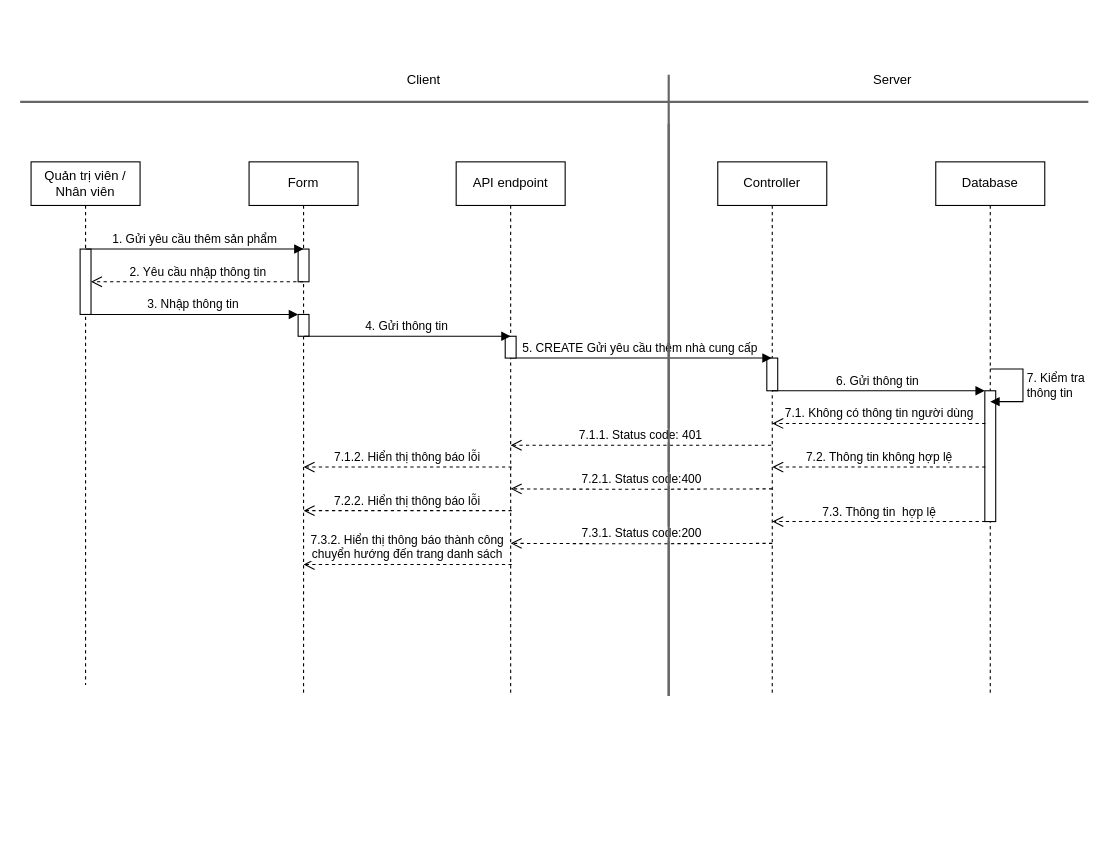
Before: page "Page-1" (1 of 2) of SD/SD_XUATNHAPHANG.drawio in hieuNV0871/da, a draw.io diagram. Source tidied: cells renumbered, new cells numbered last; positions are measured from the earlier drawing's top-left corner, leaving out a move shared by most shapes. Both pictures are drawn from the tidied source at 109%, with x=0, y=0 at pixel (20, 63).
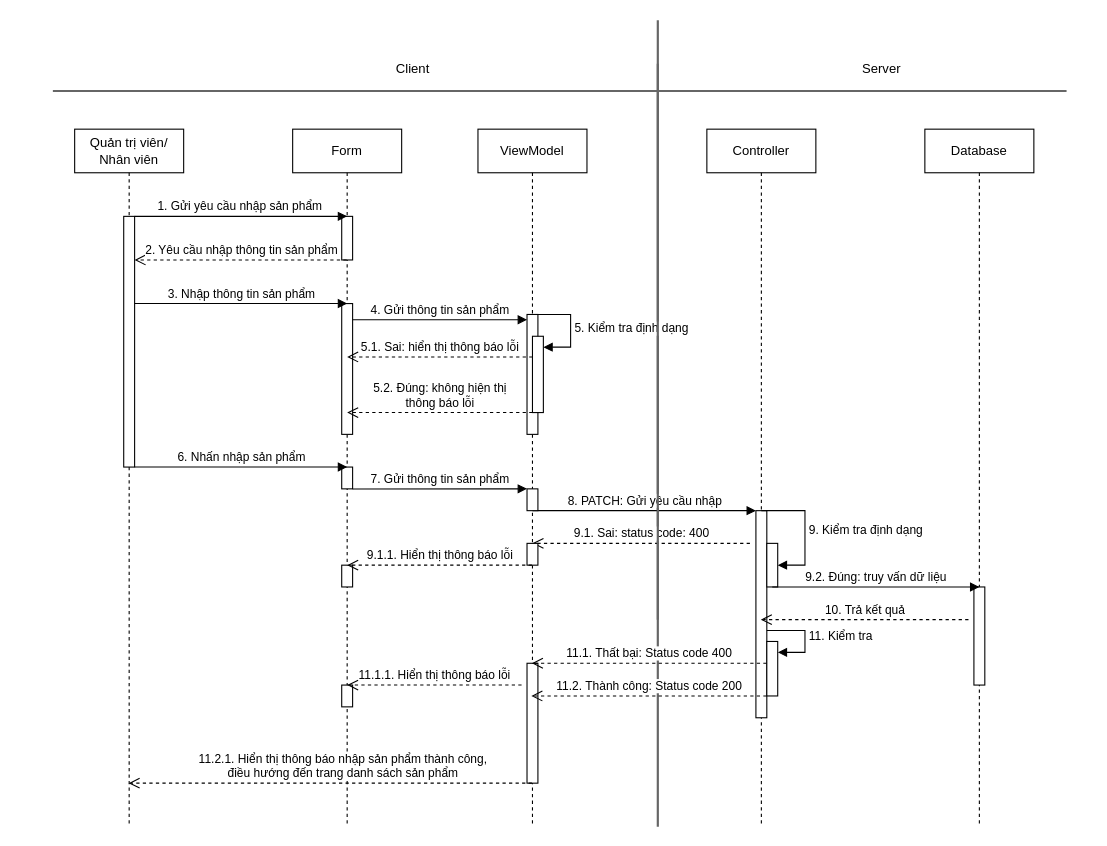
The same diagram, later.

Diff of the diagram source:
```diff
@@
-    <mxCell id="2" value="Quản trị viên / Nhân viên" style="shape=umlLifeline;perimeter=lifelinePerimeter;whiteSpace=wrap;html=1;newEdgeStyle={&quot;curved&quot;:0,&quot;rounded&quot;:0};" parent="1" vertex="1">
-      <mxGeometry x="10" y="90" width="100" height="480" as="geometry" />
-    </mxCell>
-    <mxCell id="3" style="html=1;points=[[0,0,0,0,5],[0,1,0,0,-5],[1,0,0,0,5],[1,1,0,0,-5]];perimeter=orthogonalPerimeter;outlineConnect=0;targetShapes=umlLifeline;portConstraint=eastwest;newEdgeStyle={&quot;curved&quot;:0,&quot;rounded&quot;:0};" parent="2" vertex="1">
-      <mxGeometry x="45" y="80" width="10" height="60" as="geometry" />
-    </mxCell>
+    <mxCell id="34" style="line;strokeWidth=2;direction=south;html=1;fillColor=#f5f5f5;fontColor=#333333;strokeColor=#666666;" parent="1" vertex="1">
+      <mxGeometry x="580" y="-40" width="10" height="550" as="geometry" />
+    </mxCell>
+    <mxCell id="35" value="Quản trị viên/ Nhân viên" style="shape=umlLifeline;perimeter=lifelinePerimeter;whiteSpace=wrap;html=1;outlineConnect=0;portConstraint=eastwest;newEdgeStyle={&quot;curved&quot;:0,&quot;rounded&quot;:0};" parent="1" vertex="1">
+      <mxGeometry x="50" y="60" width="100" height="640" as="geometry" />
+    </mxCell>
+    <mxCell id="36" style="html=1;points=[[0,0,0,0,5],[0,1,0,0,-5],[1,0,0,0,5],[1,1,0,0,-5]];perimeter=orthogonalPerimeter;outlineConnect=0;targetShapes=umlLifeline;portConstraint=eastwest;newEdgeStyle={&quot;curved&quot;:0,&quot;rounded&quot;:0};" parent="35" vertex="1">
+      <mxGeometry x="45" y="80" width="10" height="230" as="geometry" />
+    </mxCell>
     <mxCell id="4" value="Form" style="shape=umlLifeline;perimeter=lifelinePerimeter;whiteSpace=wrap;html=1;outlineConnect=0;portConstraint=eastwest;newEdgeStyle={&quot;curved&quot;:0,&quot;rounded&quot;:0};" parent="1" vertex="1">
-      <mxGeometry x="210" y="90" width="100" height="490" as="geometry" />
+      <mxGeometry x="250" y="60" width="100" height="640" as="geometry" />
     </mxCell>
-    <mxCell id="5" style="html=1;perimeter=orthogonalPerimeter;targetShapes=umlLifeline;newEdgeStyle={&quot;curved&quot;:0,&quot;rounded&quot;:0};" parent="4" vertex="1">
-      <mxGeometry x="45" y="80" width="10" height="30" as="geometry" />
-    </mxCell>
-    <mxCell id="6" style="html=1;points=[[0,0,0,0,5],[0,1,0,0,-5],[1,0,0,0,5],[1,1,0,0,-5]];perimeter=orthogonalPerimeter;outlineConnect=0;targetShapes=umlLifeline;portConstraint=eastwest;newEdgeStyle={&quot;curved&quot;:0,&quot;rounded&quot;:0};" parent="4" vertex="1">
-      <mxGeometry x="45" y="140" width="10" height="20" as="geometry" />
-    </mxCell>
+    <mxCell id="37" style="html=1;perimeter=orthogonalPerimeter;targetShapes=umlLifeline;newEdgeStyle={&quot;curved&quot;:0,&quot;rounded&quot;:0};" parent="4" vertex="1">
+      <mxGeometry x="45" y="80" width="10" height="40" as="geometry" />
+    </mxCell>
+    <mxCell id="38" style="html=1;points=[[0,0,0,0,5],[0,1,0,0,-5],[1,0,0,0,5],[1,1,0,0,-5]];perimeter=orthogonalPerimeter;outlineConnect=0;targetShapes=umlLifeline;portConstraint=eastwest;newEdgeStyle={&quot;curved&quot;:0,&quot;rounded&quot;:0};" parent="4" vertex="1">
+      <mxGeometry x="45" y="160" width="10" height="120" as="geometry" />
+    </mxCell>
+    <mxCell id="39" style="html=1;perimeter=orthogonalPerimeter;targetShapes=umlLifeline;newEdgeStyle={&quot;curved&quot;:0,&quot;rounded&quot;:0};" parent="4" vertex="1">
+      <mxGeometry x="45" y="310" width="10" height="20" as="geometry" />
+    </mxCell>
+    <mxCell id="40" style="html=1;perimeter=orthogonalPerimeter;targetShapes=umlLifeline;newEdgeStyle={&quot;curved&quot;:0,&quot;rounded&quot;:0};" parent="4" vertex="1">
+      <mxGeometry x="45" y="400" width="10" height="20" as="geometry" />
+    </mxCell>
+    <mxCell id="41" style="html=1;perimeter=orthogonalPerimeter;targetShapes=umlLifeline;newEdgeStyle={&quot;curved&quot;:0,&quot;rounded&quot;:0};" parent="4" vertex="1">
+      <mxGeometry x="45" y="510" width="10" height="20" as="geometry" />
+    </mxCell>
     <mxCell id="7" value="Controller" style="shape=umlLifeline;perimeter=lifelinePerimeter;whiteSpace=wrap;html=1;outlineConnect=0;portConstraint=eastwest;newEdgeStyle={&quot;curved&quot;:0,&quot;rounded&quot;:0};" parent="1" vertex="1">
-      <mxGeometry x="640" y="90" width="100" height="490" as="geometry" />
+      <mxGeometry x="630" y="60" width="100" height="640" as="geometry" />
     </mxCell>
-    <mxCell id="8" style="html=1;perimeter=orthogonalPerimeter;targetShapes=umlLifeline;newEdgeStyle={&quot;curved&quot;:0,&quot;rounded&quot;:0};" parent="7" vertex="1">
-      <mxGeometry x="45" y="180" width="10" height="30" as="geometry" />
-    </mxCell>
-    <mxCell id="9" value="2. Yêu cầu nhập thông tin" style="html=1;verticalAlign=bottom;endArrow=open;dashed=1;endSize=8;curved=0;rounded=0;" parent="1" edge="1">
-      <mxGeometry relative="1" as="geometry">
-        <mxPoint x="259.5" y="200" as="sourcePoint" />
-        <mxPoint x="65" y="200" as="targetPoint" />
-        <Array as="points">
-          <mxPoint x="160" y="200" />
-        </Array>
-      </mxGeometry>
-    </mxCell>
-    <mxCell id="10" value="3. Nhập thông tin&amp;nbsp;" style="html=1;verticalAlign=bottom;endArrow=block;curved=0;rounded=0;" parent="1" edge="1" source="3" target="6">
-      <mxGeometry relative="1" as="geometry" />
-    </mxCell>
-    <mxCell id="11" value="1. Gửi yêu cầu thêm sản phẩm" style="html=1;verticalAlign=bottom;endArrow=block;curved=0;rounded=0;" parent="1" edge="1">
-      <mxGeometry relative="1" as="geometry">
-        <mxPoint x="60" y="170" as="sourcePoint" />
-        <mxPoint x="260" y="170" as="targetPoint" />
-      </mxGeometry>
-    </mxCell>
-    <mxCell id="12" value="5. CREATE Gửi yêu cầu thêm nhà cung cấp&amp;nbsp;" style="html=1;verticalAlign=bottom;endArrow=block;curved=0;rounded=0;" parent="1" edge="1" target="7">
-      <mxGeometry relative="1" as="geometry">
-        <mxPoint x="450" y="270" as="sourcePoint" />
-      </mxGeometry>
-    </mxCell>
+    <mxCell id="42" style="html=1;points=[[0,0,0,0,5],[0,1,0,0,-5],[1,0,0,0,5],[1,1,0,0,-5]];perimeter=orthogonalPerimeter;outlineConnect=0;targetShapes=umlLifeline;portConstraint=eastwest;newEdgeStyle={&quot;curved&quot;:0,&quot;rounded&quot;:0};" parent="7" vertex="1">
+      <mxGeometry x="45" y="350" width="10" height="190" as="geometry" />
+    </mxCell>
+    <mxCell id="43" value="9. Kiểm tra định dạng" style="html=1;align=left;spacingLeft=2;endArrow=block;rounded=0;edgeStyle=orthogonalEdgeStyle;curved=0;rounded=0;exitX=0.5;exitY=0;exitDx=0;exitDy=0;exitPerimeter=0;" parent="7" edge="1" source="42" target="44">
+      <mxGeometry relative="1" as="geometry">
+        <Array as="points">
+          <mxPoint x="90" y="350" />
+          <mxPoint x="90" y="400" />
+        </Array>
+      </mxGeometry>
+    </mxCell>
+    <mxCell id="44" style="html=1;points=[[0,0,0,0,5],[0,1,0,0,-5],[1,0,0,0,5],[1,1,0,0,-5]];perimeter=orthogonalPerimeter;outlineConnect=0;targetShapes=umlLifeline;portConstraint=eastwest;newEdgeStyle={&quot;curved&quot;:0,&quot;rounded&quot;:0};" parent="7" vertex="1">
+      <mxGeometry x="55" y="380" width="10" height="40" as="geometry" />
+    </mxCell>
+    <mxCell id="45" style="html=1;points=[[0,0,0,0,5],[0,1,0,0,-5],[1,0,0,0,5],[1,1,0,0,-5]];perimeter=orthogonalPerimeter;outlineConnect=0;targetShapes=umlLifeline;portConstraint=eastwest;newEdgeStyle={&quot;curved&quot;:0,&quot;rounded&quot;:0};" parent="7" vertex="1">
+      <mxGeometry x="55" y="470" width="10" height="50" as="geometry" />
+    </mxCell>
+    <mxCell id="46" value="11. Kiểm tra" style="html=1;align=left;spacingLeft=2;endArrow=block;rounded=0;edgeStyle=orthogonalEdgeStyle;curved=0;rounded=0;" parent="7" edge="1" target="45">
+      <mxGeometry relative="1" as="geometry">
+        <mxPoint x="55" y="460" as="sourcePoint" />
+        <Array as="points">
+          <mxPoint x="90" y="460" />
+          <mxPoint x="90" y="480" />
+        </Array>
+      </mxGeometry>
+    </mxCell>
+    <mxCell id="47" value="2. Yêu cầu nhập thông tin sản phẩm" style="html=1;verticalAlign=bottom;endArrow=open;dashed=1;endSize=8;curved=0;rounded=0;" parent="1" edge="1" source="4" target="36">
+      <mxGeometry relative="1" as="geometry">
+        <Array as="points">
+          <mxPoint x="180" y="180" />
+        </Array>
+      </mxGeometry>
+    </mxCell>
+    <mxCell id="48" value="3. Nhập thông tin sản phẩm" style="html=1;verticalAlign=bottom;endArrow=block;curved=0;rounded=0;" parent="1" edge="1" source="36">
+      <mxGeometry relative="1" as="geometry">
+        <mxPoint x="300" y="220" as="targetPoint" />
+      </mxGeometry>
+    </mxCell>
+    <mxCell id="49" value="1. Gửi yêu cầu nhập sản phẩm&amp;nbsp;" style="html=1;verticalAlign=bottom;endArrow=block;curved=0;rounded=0;" parent="1" edge="1">
+      <mxGeometry relative="1" as="geometry">
+        <mxPoint x="105" y="140" as="sourcePoint" />
+        <mxPoint x="300" y="140" as="targetPoint" />
+      </mxGeometry>
+    </mxCell>
+    <mxCell id="50" value="8. PATCH: Gửi yêu cầu nhập" style="html=1;verticalAlign=bottom;endArrow=block;curved=0;rounded=0;" parent="1" edge="1">
+      <mxGeometry relative="1" as="geometry">
+        <mxPoint x="470" y="410" as="sourcePoint" />
+        <mxPoint x="675" y="410" as="targetPoint" />
+      </mxGeometry>
+    </mxCell>
+    <mxCell id="51" value="9.1. Sai: status code: 400" style="html=1;verticalAlign=bottom;endArrow=open;dashed=1;endSize=8;curved=0;rounded=0;" parent="1" edge="1">
+      <mxGeometry relative="1" as="geometry">
+        <mxPoint x="669.5" y="440" as="sourcePoint" />
+        <mxPoint x="470" y="440" as="targetPoint" />
+        <Array as="points">
+          <mxPoint x="545" y="440" />
+        </Array>
+      </mxGeometry>
+    </mxCell>
     <mxCell id="13" value="Database" style="shape=umlLifeline;perimeter=lifelinePerimeter;whiteSpace=wrap;html=1;newEdgeStyle={&quot;curved&quot;:0,&quot;rounded&quot;:0};" parent="1" vertex="1">
-      <mxGeometry x="840" y="90" width="100" height="490" as="geometry" />
+      <mxGeometry x="830" y="60" width="100" height="640" as="geometry" />
     </mxCell>
-    <mxCell id="14" style="html=1;points=[[0,0,0,0,5],[0,1,0,0,-5],[1,0,0,0,5],[1,1,0,0,-5]];perimeter=orthogonalPerimeter;outlineConnect=0;targetShapes=umlLifeline;portConstraint=eastwest;newEdgeStyle={&quot;curved&quot;:0,&quot;rounded&quot;:0};" parent="13" vertex="1">
-      <mxGeometry x="45" y="210" width="10" height="120" as="geometry" />
-    </mxCell>
-    <mxCell id="15" style="line;strokeWidth=2;html=1;fillColor=#f5f5f5;fontColor=#333333;strokeColor=#666666;" parent="1" vertex="1">
-      <mxGeometry y="30" width="980" height="10" as="geometry" />
-    </mxCell>
+    <mxCell id="52" style="html=1;perimeter=orthogonalPerimeter;targetShapes=umlLifeline;newEdgeStyle={&quot;curved&quot;:0,&quot;rounded&quot;:0};" parent="13" vertex="1">
+      <mxGeometry x="45" y="420" width="10" height="90" as="geometry" />
+    </mxCell>
+    <mxCell id="53" style="line;strokeWidth=2;html=1;fillColor=#f5f5f5;fontColor=#333333;strokeColor=#666666;" parent="1" vertex="1">
+      <mxGeometry x="30" y="20" width="930" height="10" as="geometry" />
+    </mxCell>
     <mxCell id="16" value="Server" style="text;html=1;align=center;verticalAlign=middle;strokeColor=none;fillColor=none;" parent="1" vertex="1">
-      <mxGeometry x="770" width="60" height="30" as="geometry" />
+      <mxGeometry x="760" y="-10" width="60" height="30" as="geometry" />
     </mxCell>
     <mxCell id="17" value="Client" style="text;html=1;align=center;verticalAlign=middle;strokeColor=none;fillColor=none;" parent="1" vertex="1">
-      <mxGeometry x="345" width="50" height="30" as="geometry" />
+      <mxGeometry x="335" y="-10" width="50" height="30" as="geometry" />
     </mxCell>
-    <mxCell id="18" style="line;strokeWidth=2;direction=south;html=1;fillColor=#f5f5f5;fontColor=#333333;strokeColor=#666666;" parent="1" vertex="1">
-      <mxGeometry x="590" y="10" width="10" height="570" as="geometry" />
-    </mxCell>
-    <mxCell id="19" value="API endpoint" style="shape=umlLifeline;perimeter=lifelinePerimeter;whiteSpace=wrap;html=1;newEdgeStyle={&quot;curved&quot;:0,&quot;rounded&quot;:0};" parent="1" vertex="1">
-      <mxGeometry x="400" y="90" width="100" height="490" as="geometry" />
-    </mxCell>
-    <mxCell id="20" style="html=1;perimeter=orthogonalPerimeter;targetShapes=umlLifeline;newEdgeStyle={&quot;curved&quot;:0,&quot;rounded&quot;:0};" parent="19" vertex="1">
-      <mxGeometry x="45" y="160" width="10" height="20" as="geometry" />
-    </mxCell>
-    <mxCell id="21" value="4. Gửi thông tin&amp;nbsp;" style="html=1;verticalAlign=bottom;endArrow=block;curved=0;rounded=0;" parent="1" edge="1">
-      <mxGeometry relative="1" as="geometry">
-        <mxPoint x="260.5" y="250" as="sourcePoint" />
-        <mxPoint x="450" y="250" as="targetPoint" />
-      </mxGeometry>
-    </mxCell>
-    <mxCell id="22" value="7. Kiểm tra&lt;br&gt;thông tin" style="html=1;align=left;spacingLeft=2;endArrow=block;rounded=0;edgeStyle=orthogonalEdgeStyle;curved=0;rounded=0;" parent="1" edge="1">
-      <mxGeometry relative="1" as="geometry">
-        <mxPoint x="890" y="280" as="sourcePoint" />
-        <mxPoint x="890" y="310" as="targetPoint" />
-        <Array as="points">
-          <mxPoint x="920" y="310" />
-        </Array>
-      </mxGeometry>
-    </mxCell>
-    <mxCell id="23" value="6. Gửi thông tin&amp;nbsp;" style="html=1;verticalAlign=bottom;endArrow=block;curved=0;rounded=0;" parent="1" edge="1" target="14">
-      <mxGeometry relative="1" as="geometry">
-        <mxPoint x="690" y="300" as="sourcePoint" />
-      </mxGeometry>
-    </mxCell>
-    <mxCell id="24" value="7.1. Không có thông tin người dùng" style="html=1;verticalAlign=bottom;endArrow=open;dashed=1;endSize=8;curved=0;rounded=0;" parent="1" edge="1">
-      <mxGeometry relative="1" as="geometry">
-        <mxPoint x="885.5" y="330" as="sourcePoint" />
-        <mxPoint x="690" y="330" as="targetPoint" />
-        <Array as="points">
-          <mxPoint x="725.5" y="330" />
-        </Array>
-      </mxGeometry>
-    </mxCell>
-    <mxCell id="25" value="7.2. Thông tin không hợp lệ" style="html=1;verticalAlign=bottom;endArrow=open;dashed=1;endSize=8;curved=0;rounded=0;" parent="1" edge="1">
-      <mxGeometry relative="1" as="geometry">
-        <mxPoint x="885.5" y="370" as="sourcePoint" />
-        <mxPoint x="690" y="370" as="targetPoint" />
-      </mxGeometry>
-    </mxCell>
-    <mxCell id="26" value="7.1.1. Status code: 401" style="html=1;verticalAlign=bottom;endArrow=open;dashed=1;endSize=8;curved=0;rounded=0;" parent="1" edge="1">
-      <mxGeometry relative="1" as="geometry">
-        <mxPoint x="689" y="350" as="sourcePoint" />
-        <mxPoint x="450" y="350" as="targetPoint" />
-        <Array as="points">
-          <mxPoint x="550.5" y="350" />
-        </Array>
-      </mxGeometry>
-    </mxCell>
-    <mxCell id="27" value="7.2.1. Status code:400" style="html=1;verticalAlign=bottom;endArrow=open;dashed=1;endSize=8;curved=0;rounded=0;" parent="1" edge="1">
-      <mxGeometry relative="1" as="geometry">
-        <mxPoint x="690" y="390" as="sourcePoint" />
-        <mxPoint x="450" y="390" as="targetPoint" />
-        <Array as="points">
-          <mxPoint x="560.5" y="390.4" />
-        </Array>
-      </mxGeometry>
-    </mxCell>
-    <mxCell id="28" value="7.1.2. Hiển thị thông báo lỗi" style="html=1;verticalAlign=bottom;endArrow=open;dashed=1;endSize=8;curved=0;rounded=0;" parent="1" edge="1">
-      <mxGeometry relative="1" as="geometry">
-        <mxPoint x="451" y="370" as="sourcePoint" />
-        <mxPoint x="260" y="370" as="targetPoint" />
-      </mxGeometry>
-    </mxCell>
-    <mxCell id="29" value="7.3. Thông tin&amp;nbsp; hợp lệ" style="html=1;verticalAlign=bottom;endArrow=open;dashed=1;endSize=8;curved=0;rounded=0;" parent="1" edge="1">
-      <mxGeometry relative="1" as="geometry">
-        <mxPoint x="885.5" y="420" as="sourcePoint" />
-        <mxPoint x="690" y="420" as="targetPoint" />
-      </mxGeometry>
-    </mxCell>
-    <mxCell id="30" value="7.3.1. Status code:200" style="html=1;verticalAlign=bottom;endArrow=open;dashed=1;endSize=8;curved=0;rounded=0;" parent="1" edge="1">
-      <mxGeometry relative="1" as="geometry">
-        <mxPoint x="690" y="440" as="sourcePoint" />
-        <mxPoint x="450" y="440" as="targetPoint" />
-        <Array as="points">
-          <mxPoint x="560.5" y="440.4" />
-        </Array>
-      </mxGeometry>
-    </mxCell>
-    <mxCell id="31" style="line;strokeWidth=2;direction=south;html=1;fillColor=#f5f5f5;fontColor=#333333;strokeColor=#666666;" parent="1" vertex="1">
-      <mxGeometry x="590" y="55" width="10" height="525" as="geometry" />
-    </mxCell>
-    <mxCell id="32" value="7.2.2. Hiển thị thông báo lỗi" style="html=1;verticalAlign=bottom;endArrow=open;dashed=1;endSize=8;curved=0;rounded=0;" parent="1" edge="1">
-      <mxGeometry relative="1" as="geometry">
-        <mxPoint x="451" y="410" as="sourcePoint" />
-        <mxPoint x="260" y="410" as="targetPoint" />
-      </mxGeometry>
-    </mxCell>
-    <mxCell id="33" value="7.3.2. Hiển thị thông báo thành công&lt;br&gt;chuyển hướng đến trang danh sách" style="html=1;verticalAlign=bottom;endArrow=open;dashed=1;endSize=8;curved=0;rounded=0;" parent="1" edge="1">
-      <mxGeometry relative="1" as="geometry">
-        <mxPoint x="451" y="459.4" as="sourcePoint" />
-        <mxPoint x="260" y="459.4" as="targetPoint" />
-      </mxGeometry>
-    </mxCell>
+    <mxCell id="54" value="ViewModel" style="shape=umlLifeline;perimeter=lifelinePerimeter;whiteSpace=wrap;html=1;outlineConnect=0;portConstraint=eastwest;newEdgeStyle={&quot;curved&quot;:0,&quot;rounded&quot;:0};" parent="1" vertex="1">
+      <mxGeometry x="420" y="60" width="100" height="640" as="geometry" />
+    </mxCell>
+    <mxCell id="55" style="html=1;perimeter=orthogonalPerimeter;targetShapes=umlLifeline;newEdgeStyle={&quot;curved&quot;:0,&quot;rounded&quot;:0};" parent="54" vertex="1">
+      <mxGeometry x="45" y="170" width="10" height="110" as="geometry" />
+    </mxCell>
+    <mxCell id="56" value="5. Kiểm tra định dạng" style="html=1;align=left;spacingLeft=2;endArrow=block;rounded=0;edgeStyle=orthogonalEdgeStyle;curved=0;rounded=0;" parent="54" edge="1" target="57">
+      <mxGeometry relative="1" as="geometry">
+        <mxPoint x="55" y="170" as="sourcePoint" />
+        <Array as="points">
+          <mxPoint x="85" y="200" />
+        </Array>
+      </mxGeometry>
+    </mxCell>
+    <mxCell id="57" style="html=1;points=[[0,0,0,0,5],[0,1,0,0,-5],[1,0,0,0,5],[1,1,0,0,-5]];perimeter=orthogonalPerimeter;outlineConnect=0;targetShapes=umlLifeline;portConstraint=eastwest;newEdgeStyle={&quot;curved&quot;:0,&quot;rounded&quot;:0};" parent="54" vertex="1">
+      <mxGeometry x="50" y="190" width="10" height="70" as="geometry" />
+    </mxCell>
+    <mxCell id="58" style="html=1;perimeter=orthogonalPerimeter;targetShapes=umlLifeline;newEdgeStyle={&quot;curved&quot;:0,&quot;rounded&quot;:0};" parent="54" vertex="1">
+      <mxGeometry x="45" y="330" width="10" height="20" as="geometry" />
+    </mxCell>
+    <mxCell id="59" style="html=1;perimeter=orthogonalPerimeter;targetShapes=umlLifeline;newEdgeStyle={&quot;curved&quot;:0,&quot;rounded&quot;:0};" parent="54" vertex="1">
+      <mxGeometry x="45" y="380" width="10" height="20" as="geometry" />
+    </mxCell>
+    <mxCell id="60" style="html=1;perimeter=orthogonalPerimeter;targetShapes=umlLifeline;newEdgeStyle={&quot;curved&quot;:0,&quot;rounded&quot;:0};" parent="54" vertex="1">
+      <mxGeometry x="45" y="490" width="10" height="110" as="geometry" />
+    </mxCell>
+    <mxCell id="61" value="4. Gửi thông tin sản phẩm" style="html=1;verticalAlign=bottom;endArrow=block;curved=0;rounded=0;" parent="1" edge="1" source="38">
+      <mxGeometry relative="1" as="geometry">
+        <mxPoint x="465" y="234.9" as="targetPoint" />
+      </mxGeometry>
+    </mxCell>
+    <mxCell id="62" style="line;strokeWidth=2;direction=south;html=1;fillColor=#f5f5f5;fontColor=#333333;strokeColor=#666666;" parent="1" vertex="1">
+      <mxGeometry x="580" width="10" height="700" as="geometry" />
+    </mxCell>
+    <mxCell id="63" value="11.2.1. Hiển thị thông báo nhập sản phẩm thành công,&lt;br&gt;điều hướng đến trang danh sách sản phẩm" style="html=1;verticalAlign=bottom;endArrow=open;dashed=1;endSize=8;curved=0;rounded=0;" parent="1" edge="1" source="54" target="35">
+      <mxGeometry x="-0.06" relative="1" as="geometry">
+        <Array as="points">
+          <mxPoint x="327.5" y="660" />
+        </Array>
+      </mxGeometry>
+    </mxCell>
+    <mxCell id="64" value="5.1. Sai: hiển thị thông báo lỗi" style="html=1;verticalAlign=bottom;endArrow=open;dashed=1;endSize=8;curved=0;rounded=0;" parent="1" edge="1" source="57">
+      <mxGeometry relative="1" as="geometry">
+        <mxPoint x="300" y="269" as="targetPoint" />
+      </mxGeometry>
+    </mxCell>
+    <mxCell id="65" value="5.2. Đúng: không hiện thị &lt;br&gt;thông báo lỗi" style="html=1;verticalAlign=bottom;endArrow=open;dashed=1;endSize=8;curved=0;rounded=0;" parent="1" edge="1">
+      <mxGeometry relative="1" as="geometry">
+        <mxPoint x="470" y="320" as="sourcePoint" />
+        <mxPoint x="300" y="320" as="targetPoint" />
+      </mxGeometry>
+    </mxCell>
+    <mxCell id="66" value="6. Nhấn nhập sản phẩm" style="html=1;verticalAlign=bottom;endArrow=block;curved=0;rounded=0;" parent="1" edge="1">
+      <mxGeometry relative="1" as="geometry">
+        <mxPoint x="105" y="370" as="sourcePoint" />
+        <mxPoint x="300" y="370" as="targetPoint" />
+      </mxGeometry>
+    </mxCell>
+    <mxCell id="67" value="7. Gửi thông tin sản phẩm" style="html=1;verticalAlign=bottom;endArrow=block;curved=0;rounded=0;" parent="1" edge="1">
+      <mxGeometry relative="1" as="geometry">
+        <mxPoint x="305" y="390.1" as="sourcePoint" />
+        <mxPoint x="465" y="390" as="targetPoint" />
+      </mxGeometry>
+    </mxCell>
+    <mxCell id="68" value="9.1.1. Hiển thị thông báo lỗi" style="html=1;verticalAlign=bottom;endArrow=open;dashed=1;endSize=8;curved=0;rounded=0;" parent="1" edge="1">
+      <mxGeometry relative="1" as="geometry">
+        <mxPoint x="469.5" y="460" as="sourcePoint" />
+        <mxPoint x="300" y="460" as="targetPoint" />
+        <Array as="points">
+          <mxPoint x="345" y="460" />
+        </Array>
+      </mxGeometry>
+    </mxCell>
+    <mxCell id="69" value="9.2. Đúng: truy vấn dữ liệu" style="html=1;verticalAlign=bottom;endArrow=block;curved=0;rounded=0;" parent="1" edge="1">
+      <mxGeometry relative="1" as="geometry">
+        <mxPoint x="690" y="480" as="sourcePoint" />
+        <mxPoint x="880" y="480" as="targetPoint" />
+      </mxGeometry>
+    </mxCell>
+    <mxCell id="70" value="10. Trả kết quả" style="html=1;verticalAlign=bottom;endArrow=open;dashed=1;endSize=8;curved=0;rounded=0;" parent="1" edge="1" target="7">
+      <mxGeometry relative="1" as="geometry">
+        <mxPoint x="870" y="510" as="sourcePoint" />
+      </mxGeometry>
+    </mxCell>
+    <mxCell id="71" value="11.1. Thất bại: Status code 400" style="html=1;verticalAlign=bottom;endArrow=open;dashed=1;endSize=8;curved=0;rounded=0;" parent="1" edge="1" target="54">
+      <mxGeometry relative="1" as="geometry">
+        <mxPoint x="684.8" y="550" as="sourcePoint" />
+      </mxGeometry>
+    </mxCell>
+    <mxCell id="72" value="11.2. Thành công: Status code 200" style="html=1;verticalAlign=bottom;endArrow=open;dashed=1;endSize=8;curved=0;rounded=0;" parent="1" edge="1">
+      <mxGeometry relative="1" as="geometry">
+        <mxPoint x="684.8" y="580" as="sourcePoint" />
+        <mxPoint x="469" y="580" as="targetPoint" />
+      </mxGeometry>
+    </mxCell>
+    <mxCell id="73" value="11.1.1. Hiển thị thông báo lỗi" style="html=1;verticalAlign=bottom;endArrow=open;dashed=1;endSize=8;curved=0;rounded=0;" parent="1" edge="1">
+      <mxGeometry relative="1" as="geometry">
+        <mxPoint x="460" y="570" as="sourcePoint" />
+        <mxPoint x="300" y="570" as="targetPoint" />
+        <Array as="points">
+          <mxPoint x="335" y="570" />
+        </Array>
+      </mxGeometry>
+    </mxCell>
```
